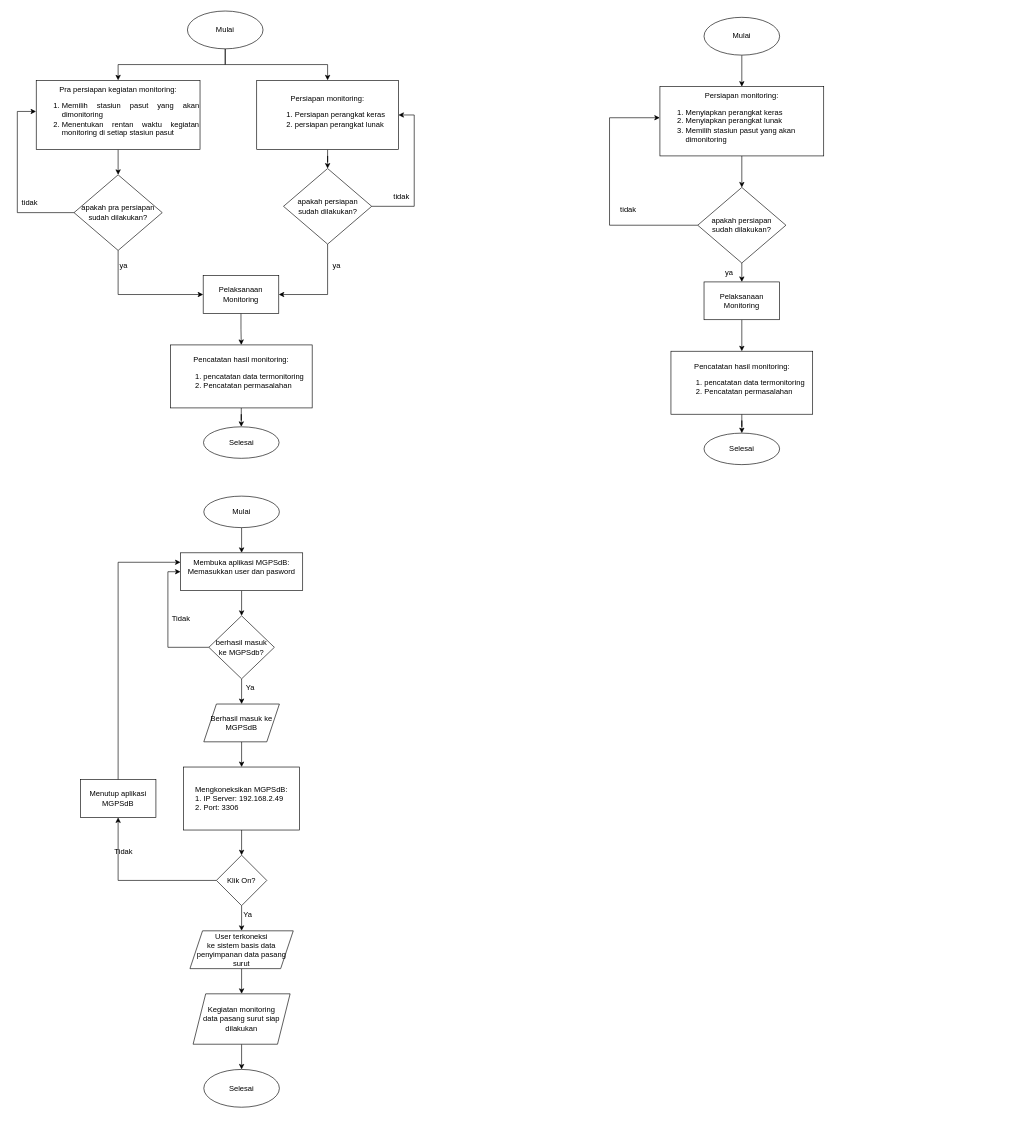
Earlier version of the draw.io diagram Monitoring/Untitled Diagram.drawio (ridhoilahi/diagramalir). Source tidied: cells renumbered, new cells numbered last; positions are measured from the earlier drawing's top-left corner, leaving out a move shared by most shapes. Both pictures are drawn from the tidied source at 63%, with x=0, y=0 at pixel (11, 11).
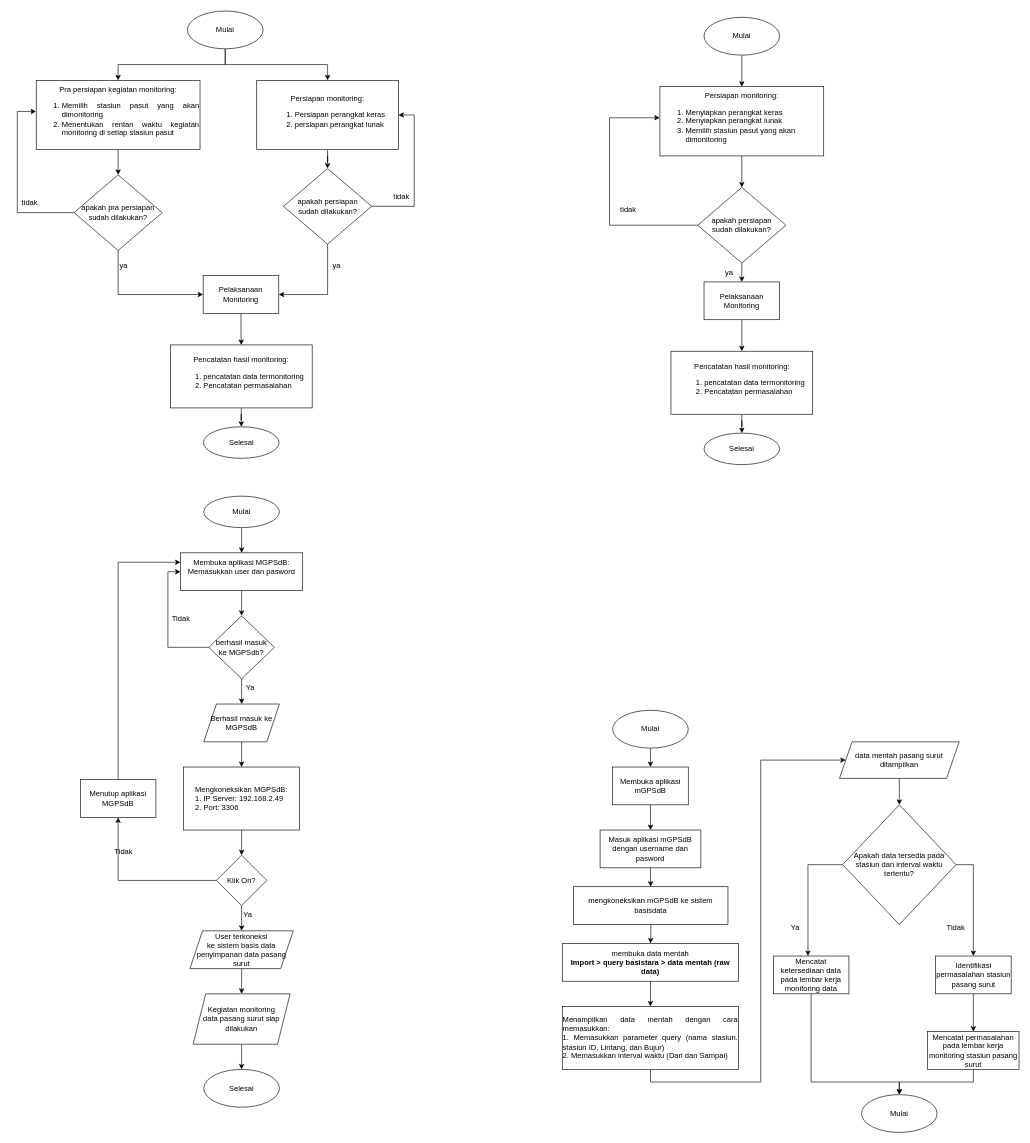
The same page after the edit.

Change to the diagram source:
```diff
@@
+    <mxCell id="63" style="edgeStyle=orthogonalEdgeStyle;rounded=0;jettySize=auto;html=1;exitX=0.5;exitY=1;exitDx=0;exitDy=0;entryX=0.5;entryY=0;entryDx=0;entryDy=0;" parent="1" edge="1" source="64" target="66">
+      <mxGeometry relative="1" as="geometry" />
+    </mxCell>
+    <mxCell id="64" value="Mulai" style="ellipse;whiteSpace=wrap;html=1;" parent="1" vertex="1">
+      <mxGeometry x="955" y="1110" width="120" height="60" as="geometry" />
+    </mxCell>
+    <mxCell id="65" style="edgeStyle=orthogonalEdgeStyle;rounded=0;jettySize=auto;html=1;exitX=0.5;exitY=1;exitDx=0;exitDy=0;entryX=0.5;entryY=0;entryDx=0;entryDy=0;" parent="1" edge="1" source="66" target="68">
+      <mxGeometry relative="1" as="geometry" />
+    </mxCell>
+    <mxCell id="66" value="Membuka aplikasi mGPSdB" style="rounded=0;whiteSpace=wrap;html=1;" parent="1" vertex="1">
+      <mxGeometry x="955" y="1200" width="120" height="60" as="geometry" />
+    </mxCell>
+    <mxCell id="67" style="edgeStyle=orthogonalEdgeStyle;rounded=0;jettySize=auto;html=1;exitX=0.5;exitY=1;exitDx=0;exitDy=0;" parent="1" edge="1" source="68" target="70">
+      <mxGeometry relative="1" as="geometry" />
+    </mxCell>
+    <mxCell id="68" value="Masuk aplikasi mGPSdB dengan username dan pasword" style="rounded=0;whiteSpace=wrap;html=1;" parent="1" vertex="1">
+      <mxGeometry x="935" y="1300" width="160" height="60" as="geometry" />
+    </mxCell>
+    <mxCell id="69" style="edgeStyle=orthogonalEdgeStyle;rounded=0;jettySize=auto;html=1;exitX=0.5;exitY=1;exitDx=0;exitDy=0;" parent="1" edge="1" source="70" target="72">
+      <mxGeometry relative="1" as="geometry" />
+    </mxCell>
+    <mxCell id="70" value="mengkoneksikan mGPSdB ke sistem basisdata " style="rounded=0;whiteSpace=wrap;html=1;" parent="1" vertex="1">
+      <mxGeometry x="893" y="1390" width="245" height="60" as="geometry" />
+    </mxCell>
+    <mxCell id="71" style="edgeStyle=orthogonalEdgeStyle;rounded=0;jettySize=auto;html=1;exitX=0.5;exitY=1;exitDx=0;exitDy=0;entryX=0.5;entryY=0;entryDx=0;entryDy=0;" parent="1" edge="1" source="72" target="74">
+      <mxGeometry relative="1" as="geometry" />
+    </mxCell>
+    <mxCell id="72" value="&lt;div&gt;membuka data mentah&lt;/div&gt;&lt;div&gt;&lt;b&gt;Import &amp;gt; query basistara &amp;gt; data mentah (raw data)&lt;/b&gt;&lt;br&gt;&lt;/div&gt;" style="rounded=0;whiteSpace=wrap;html=1;" parent="1" vertex="1">
+      <mxGeometry x="875" y="1480" width="280" height="60" as="geometry" />
+    </mxCell>
+    <mxCell id="73" style="edgeStyle=orthogonalEdgeStyle;rounded=0;jettySize=auto;html=1;exitX=0.5;exitY=1;exitDx=0;exitDy=0;" parent="1" edge="1" source="74" target="76">
+      <mxGeometry relative="1" as="geometry">
+        <Array as="points">
+          <mxPoint x="1015" y="1700" />
+          <mxPoint x="1190" y="1700" />
+          <mxPoint x="1190" y="1189" />
+        </Array>
+      </mxGeometry>
+    </mxCell>
+    <mxCell id="74" value="&lt;div align=&quot;justify&quot;&gt;Menampilkan data mentah dengan cara memasukkan: &lt;br&gt;&lt;/div&gt;&lt;div align=&quot;justify&quot;&gt;1. Memasukkan parameter query (nama stasiun. stasiun ID, Lintang, dan Bujur)&lt;/div&gt;&lt;div align=&quot;justify&quot;&gt;2. Memasukkan interval waktu (Dari dan Sampai)&lt;br&gt;&lt;/div&gt;" style="rounded=0;whiteSpace=wrap;html=1;" parent="1" vertex="1">
+      <mxGeometry x="875" y="1580" width="280" height="100" as="geometry" />
+    </mxCell>
+    <mxCell id="75" style="edgeStyle=orthogonalEdgeStyle;rounded=0;jettySize=auto;html=1;exitX=0.5;exitY=1;exitDx=0;exitDy=0;entryX=0.5;entryY=0;entryDx=0;entryDy=0;" parent="1" edge="1" source="76" target="79">
+      <mxGeometry relative="1" as="geometry" />
+    </mxCell>
+    <mxCell id="76" value="&lt;div&gt;data mentah pasang surut &lt;br&gt;&lt;/div&gt;&lt;div&gt;ditampilkan&lt;br&gt;&lt;/div&gt;" style="shape=parallelogram;perimeter=parallelogramPerimeter;whiteSpace=wrap;html=1;fixedSize=1;" parent="1" vertex="1">
+      <mxGeometry x="1315" y="1160" width="190" height="58" as="geometry" />
+    </mxCell>
+    <mxCell id="77" style="edgeStyle=orthogonalEdgeStyle;rounded=0;jettySize=auto;html=1;" parent="1" edge="1" source="79" target="81">
+      <mxGeometry relative="1" as="geometry">
+        <Array as="points">
+          <mxPoint x="1265" y="1355" />
+        </Array>
+      </mxGeometry>
+    </mxCell>
+    <mxCell id="78" style="edgeStyle=orthogonalEdgeStyle;rounded=0;jettySize=auto;html=1;exitX=1;exitY=0.5;exitDx=0;exitDy=0;" parent="1" edge="1" source="79" target="83">
+      <mxGeometry relative="1" as="geometry" />
+    </mxCell>
+    <mxCell id="79" value="Apakah data tersedia pada stasiun dan interval waktu tertentu?" style="rhombus;whiteSpace=wrap;html=1;" parent="1" vertex="1">
+      <mxGeometry x="1320" y="1260" width="180" height="190" as="geometry" />
+    </mxCell>
+    <mxCell id="80" style="edgeStyle=orthogonalEdgeStyle;rounded=0;jettySize=auto;html=1;exitX=0.5;exitY=1;exitDx=0;exitDy=0;entryX=0.5;entryY=0;entryDx=0;entryDy=0;" parent="1" edge="1" source="81" target="88">
+      <mxGeometry relative="1" as="geometry">
+        <Array as="points">
+          <mxPoint x="1270" y="1700" />
+          <mxPoint x="1410" y="1700" />
+        </Array>
+      </mxGeometry>
+    </mxCell>
+    <mxCell id="81" value="Mencatat ketersediaan data pada lembar kerja monitoring data" style="rounded=0;whiteSpace=wrap;html=1;" parent="1" vertex="1">
+      <mxGeometry x="1210" y="1500" width="120" height="60" as="geometry" />
+    </mxCell>
+    <mxCell id="82" style="edgeStyle=orthogonalEdgeStyle;rounded=0;jettySize=auto;html=1;exitX=0.5;exitY=1;exitDx=0;exitDy=0;" parent="1" edge="1" source="83" target="87">
+      <mxGeometry relative="1" as="geometry" />
+    </mxCell>
+    <mxCell id="83" value="Identifikasi permasalahan stasiun pasang surut" style="rounded=0;whiteSpace=wrap;html=1;" parent="1" vertex="1">
+      <mxGeometry x="1467.5" y="1500" width="120" height="60" as="geometry" />
+    </mxCell>
+    <mxCell id="84" value="Ya" style="text;html=1;strokeColor=none;fillColor=none;align=center;verticalAlign=middle;whiteSpace=wrap;rounded=0;" parent="1" vertex="1">
+      <mxGeometry x="1215" y="1440" width="60" height="30" as="geometry" />
+    </mxCell>
+    <mxCell id="85" value="Tidak" style="text;html=1;strokeColor=none;fillColor=none;align=center;verticalAlign=middle;whiteSpace=wrap;rounded=0;" parent="1" vertex="1">
+      <mxGeometry x="1470" y="1440" width="60" height="30" as="geometry" />
+    </mxCell>
+    <mxCell id="86" style="edgeStyle=orthogonalEdgeStyle;rounded=0;jettySize=auto;html=1;exitX=0.5;exitY=1;exitDx=0;exitDy=0;" parent="1" edge="1" source="87" target="88">
+      <mxGeometry relative="1" as="geometry" />
+    </mxCell>
+    <mxCell id="87" value="Mencatat permasalahan pada lembar kerja monitoring stasiun pasang surut" style="rounded=0;whiteSpace=wrap;html=1;" parent="1" vertex="1">
+      <mxGeometry x="1455" y="1620" width="145" height="60" as="geometry" />
+    </mxCell>
+    <mxCell id="88" value="Mulai" style="ellipse;whiteSpace=wrap;html=1;" parent="1" vertex="1">
+      <mxGeometry x="1350" y="1720" width="120" height="60" as="geometry" />
+    </mxCell>
```
